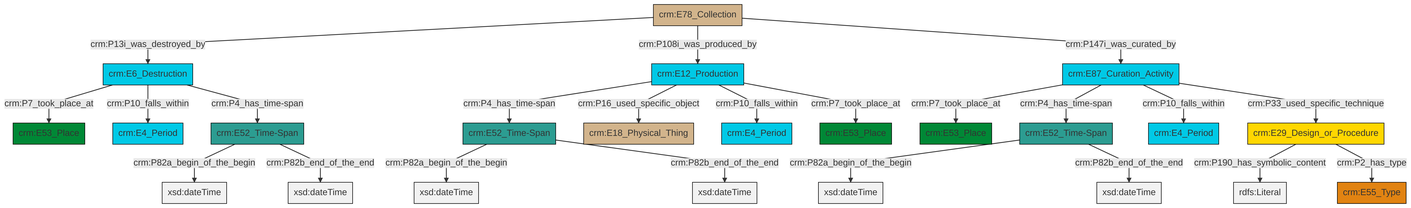
Before: et/archivalCSV/ttl/mmd/png/archival_existence.png, a diagram exported from Mermaid (swiss-art-research-net/docs.swissartresearch). Its source is kept beside it as et/archivalCSV/ttl/mmd/archival_existence.ttl.mmd.
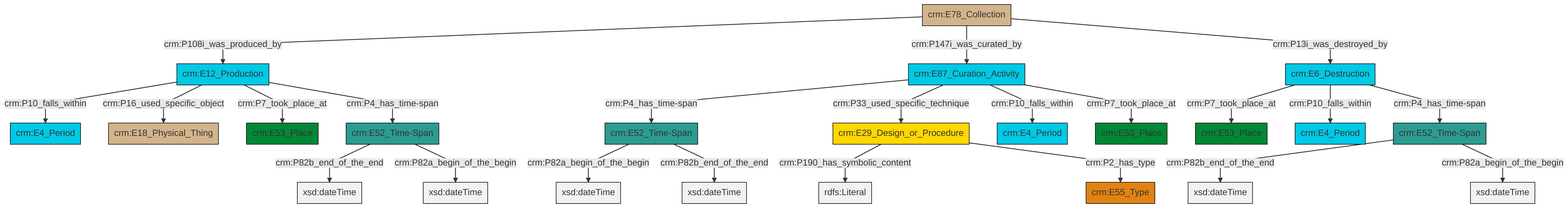
Later version of the same file.

The edit, as a diff of the source:
```diff
@@ -13,25 +13,25 @@
 classDef PC_Classes fill:#4ce600, stroke:#000000;
 classDef Multi fill:#cccccc,stroke:#000000;
 
-0["crm:E78_Collection"]:::Physical_Thing -->|crm:P13i_was_destroyed_by| 1["crm:E6_Destruction"]:::Temporal_Entity
-2["crm:E87_Curation_Activity"]:::Temporal_Entity -->|crm:P7_took_place_at| 3["crm:E53_Place"]:::Place
-4["crm:E29_Design_or_Procedure"]:::Conceptual_Object -->|crm:P190_has_symbolic_content| 5[rdfs:Literal]:::Literal
-6["crm:E52_Time-Span"]:::Time-Span -->|crm:P82a_begin_of_the_begin| 7[xsd:dateTime]:::Literal
-0["crm:E78_Collection"]:::Physical_Thing -->|crm:P108i_was_produced_by| 11["crm:E12_Production"]:::Temporal_Entity
-1["crm:E6_Destruction"]:::Temporal_Entity -->|crm:P7_took_place_at| 14["crm:E53_Place"]:::Place
-11["crm:E12_Production"]:::Temporal_Entity -->|crm:P4_has_time-span| 6["crm:E52_Time-Span"]:::Time-Span
-0["crm:E78_Collection"]:::Physical_Thing -->|crm:P147i_was_curated_by| 2["crm:E87_Curation_Activity"]:::Temporal_Entity
-2["crm:E87_Curation_Activity"]:::Temporal_Entity -->|crm:P4_has_time-span| 16["crm:E52_Time-Span"]:::Time-Span
-11["crm:E12_Production"]:::Temporal_Entity -->|crm:P16_used_specific_object| 17["crm:E18_Physical_Thing"]:::Physical_Thing
-20["crm:E52_Time-Span"]:::Time-Span -->|crm:P82a_begin_of_the_begin| 21[xsd:dateTime]:::Literal
-16["crm:E52_Time-Span"]:::Time-Span -->|crm:P82a_begin_of_the_begin| 23[xsd:dateTime]:::Literal
-11["crm:E12_Production"]:::Temporal_Entity -->|crm:P10_falls_within| 12["crm:E4_Period"]:::Temporal_Entity
-20["crm:E52_Time-Span"]:::Time-Span -->|crm:P82b_end_of_the_end| 24[xsd:dateTime]:::Literal
-2["crm:E87_Curation_Activity"]:::Temporal_Entity -->|crm:P10_falls_within| 25["crm:E4_Period"]:::Temporal_Entity
-11["crm:E12_Production"]:::Temporal_Entity -->|crm:P7_took_place_at| 26["crm:E53_Place"]:::Place
-1["crm:E6_Destruction"]:::Temporal_Entity -->|crm:P10_falls_within| 18["crm:E4_Period"]:::Temporal_Entity
-2["crm:E87_Curation_Activity"]:::Temporal_Entity -->|crm:P33_used_specific_technique| 4["crm:E29_Design_or_Procedure"]:::Conceptual_Object
-1["crm:E6_Destruction"]:::Temporal_Entity -->|crm:P4_has_time-span| 20["crm:E52_Time-Span"]:::Time-Span
-16["crm:E52_Time-Span"]:::Time-Span -->|crm:P82b_end_of_the_end| 28[xsd:dateTime]:::Literal
-4["crm:E29_Design_or_Procedure"]:::Conceptual_Object -->|crm:P2_has_type| 9["crm:E55_Type"]:::Type
-6["crm:E52_Time-Span"]:::Time-Span -->|crm:P82b_end_of_the_end| 32[xsd:dateTime]:::Literal
+2["crm:E12_Production"]:::Temporal_Entity -->|crm:P10_falls_within| 3["crm:E4_Period"]:::Temporal_Entity
+4["crm:E6_Destruction"]:::Temporal_Entity -->|crm:P7_took_place_at| 5["crm:E53_Place"]:::Place
+6["crm:E52_Time-Span"]:::Time-Span -->|crm:P82b_end_of_the_end| 7[xsd:dateTime]:::Literal
+8["crm:E52_Time-Span"]:::Time-Span -->|crm:P82b_end_of_the_end| 9[xsd:dateTime]:::Literal
+16["crm:E78_Collection"]:::Physical_Thing -->|crm:P108i_was_produced_by| 2["crm:E12_Production"]:::Temporal_Entity
+6["crm:E52_Time-Span"]:::Time-Span -->|crm:P82a_begin_of_the_begin| 17[xsd:dateTime]:::Literal
+8["crm:E52_Time-Span"]:::Time-Span -->|crm:P82a_begin_of_the_begin| 18[xsd:dateTime]:::Literal
+2["crm:E12_Production"]:::Temporal_Entity -->|crm:P16_used_specific_object| 12["crm:E18_Physical_Thing"]:::Physical_Thing
+2["crm:E12_Production"]:::Temporal_Entity -->|crm:P7_took_place_at| 20["crm:E53_Place"]:::Place
+4["crm:E6_Destruction"]:::Temporal_Entity -->|crm:P10_falls_within| 23["crm:E4_Period"]:::Temporal_Entity
+24["crm:E52_Time-Span"]:::Time-Span -->|crm:P82a_begin_of_the_begin| 26[xsd:dateTime]:::Literal
+16["crm:E78_Collection"]:::Physical_Thing -->|crm:P147i_was_curated_by| 27["crm:E87_Curation_Activity"]:::Temporal_Entity
+24["crm:E52_Time-Span"]:::Time-Span -->|crm:P82b_end_of_the_end| 30[xsd:dateTime]:::Literal
+27["crm:E87_Curation_Activity"]:::Temporal_Entity -->|crm:P4_has_time-span| 24["crm:E52_Time-Span"]:::Time-Span
+14["crm:E29_Design_or_Procedure"]:::Conceptual_Object -->|crm:P190_has_symbolic_content| 31[rdfs:Literal]:::Literal
+16["crm:E78_Collection"]:::Physical_Thing -->|crm:P13i_was_destroyed_by| 4["crm:E6_Destruction"]:::Temporal_Entity
+27["crm:E87_Curation_Activity"]:::Temporal_Entity -->|crm:P33_used_specific_technique| 14["crm:E29_Design_or_Procedure"]:::Conceptual_Object
+2["crm:E12_Production"]:::Temporal_Entity -->|crm:P4_has_time-span| 6["crm:E52_Time-Span"]:::Time-Span
+4["crm:E6_Destruction"]:::Temporal_Entity -->|crm:P4_has_time-span| 8["crm:E52_Time-Span"]:::Time-Span
+27["crm:E87_Curation_Activity"]:::Temporal_Entity -->|crm:P10_falls_within| 0["crm:E4_Period"]:::Temporal_Entity
+14["crm:E29_Design_or_Procedure"]:::Conceptual_Object -->|crm:P2_has_type| 37["crm:E55_Type"]:::Type
+27["crm:E87_Curation_Activity"]:::Temporal_Entity -->|crm:P7_took_place_at| 10["crm:E53_Place"]:::Place
```
